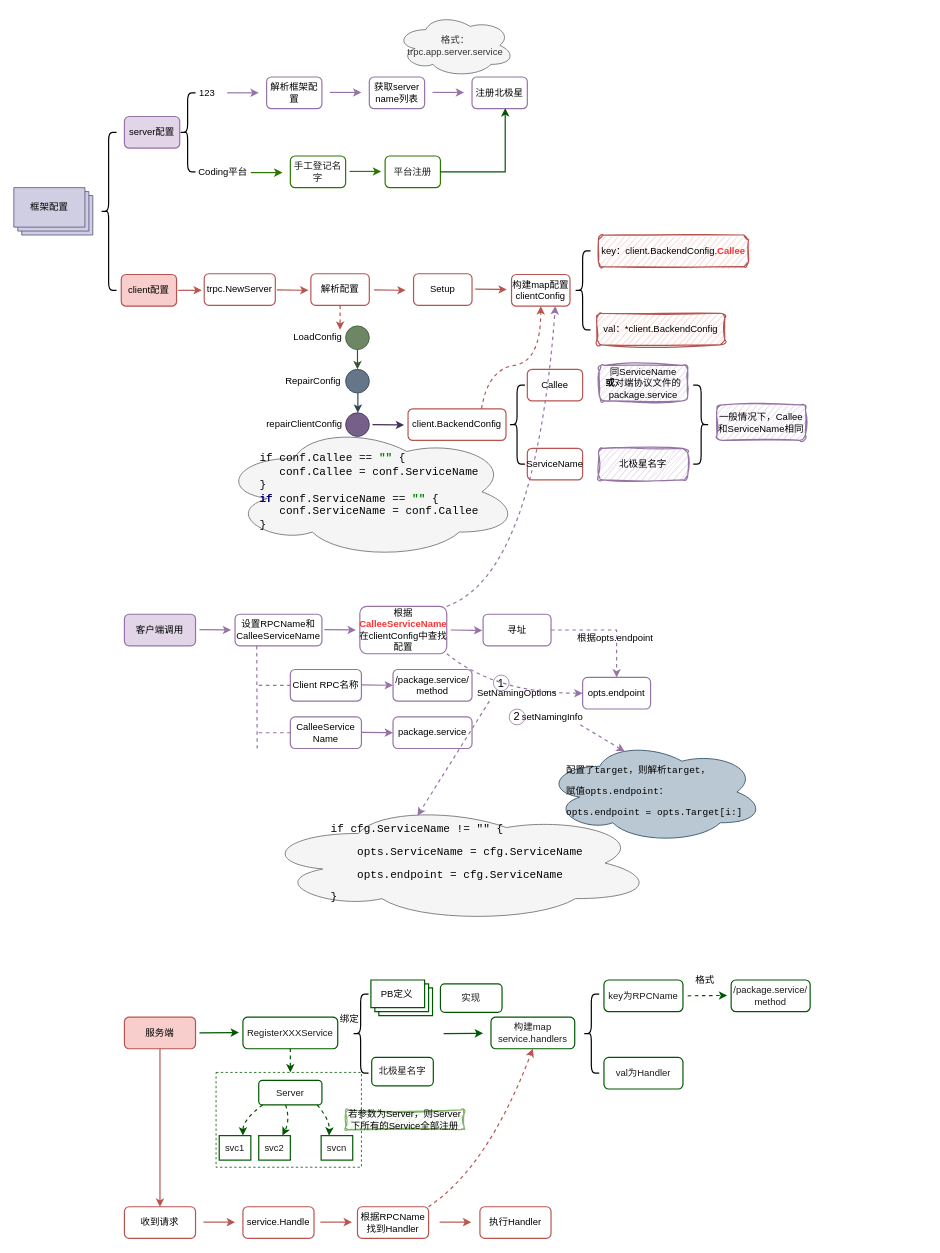
melonshell/draw.io keeps this draw.io diagram as base/trpc-go配置.drawio. Above is the earlier version. Source tidied: cells renumbered, new cells numbered last; positions are measured from the earlier drawing's top-left corner, leaving out a move shared by most shapes. Both pictures are drawn from the tidied source at 79%, with x=0, y=0 at pixel (13, 13).
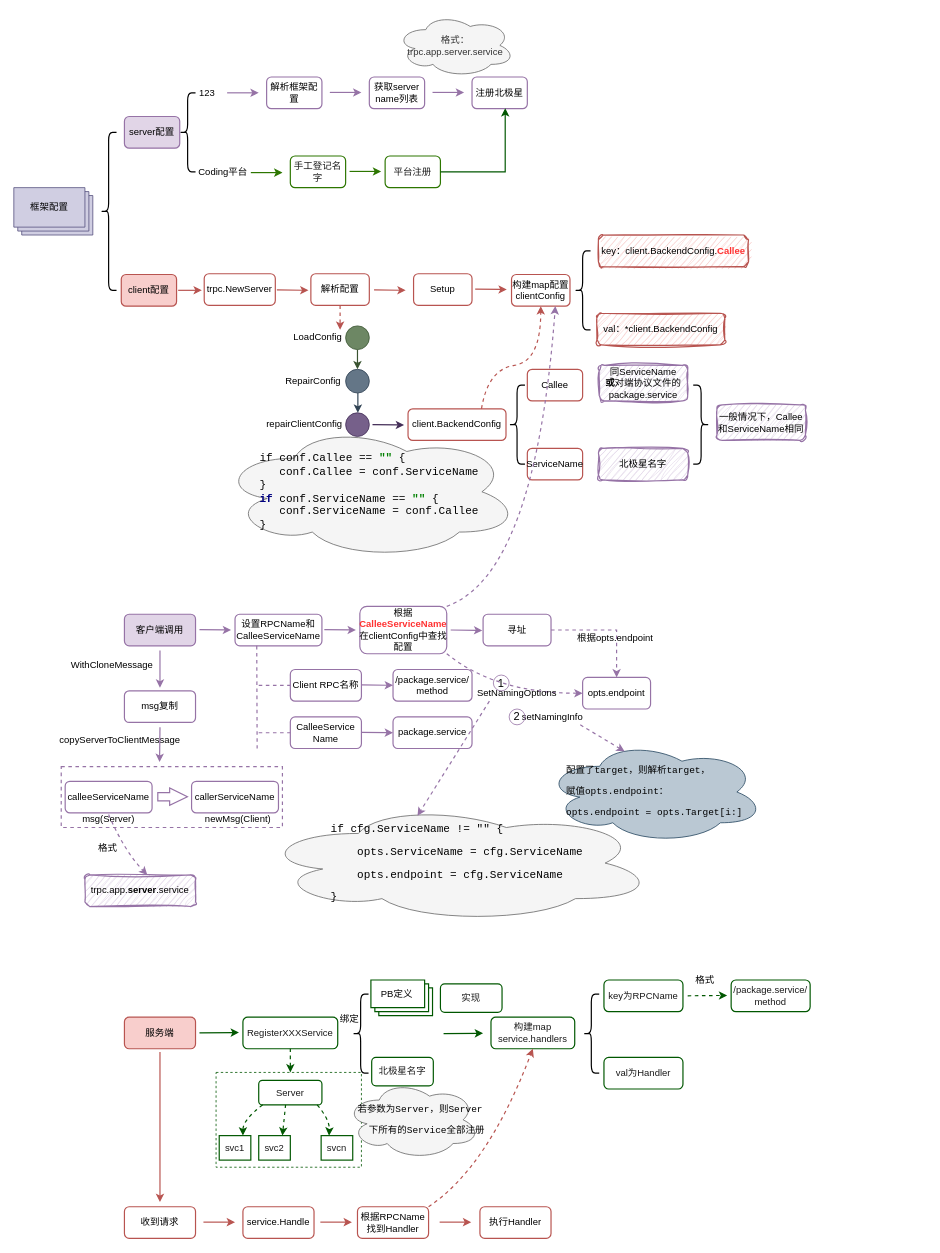
After the change.

Unchanged cells that the change refers to:
```xml
<mxCell id="84" value="服务端" style="rounded=1;whiteSpace=wrap;html=1;strokeWidth=1.5;fillColor=#f8cecc;strokeColor=#b85450;" parent="1" vertex="1">
  <mxGeometry x="140" y="1270" width="90" height="40" as="geometry" />
</mxCell>
<mxCell id="91" value="收到请求" style="rounded=1;whiteSpace=wrap;html=1;strokeWidth=1.5;fillColor=none;strokeColor=#b85450;" parent="1" vertex="1">
  <mxGeometry x="140" y="1510" width="90" height="40" as="geometry" />
</mxCell>
<mxCell id="112" value="&lt;font color=&quot;#1a1a1a&quot;&gt;svc2&lt;/font&gt;" style="rounded=0;whiteSpace=wrap;html=1;strokeWidth=1.5;fillColor=none;fontColor=#ffffff;strokeColor=#005700;" parent="1" vertex="1">
  <mxGeometry x="310" y="1420" width="40" height="31" as="geometry" />
</mxCell>
```

Diff of the diagram source:
```diff
@@
-    <mxCell id="92" style="endArrow=classic;html=1;rounded=0;strokeWidth=1.5;fillColor=#f8cecc;strokeColor=#b85450;exitX=0.5;exitY=1;exitDx=0;exitDy=0;entryX=0.5;entryY=0;entryDx=0;entryDy=0;" parent="1" edge="1" source="84" target="91">
-      <mxGeometry relative="1" as="geometry" />
+    <mxCell id="92" style="endArrow=classic;html=1;rounded=0;strokeWidth=1.5;fillColor=#f8cecc;strokeColor=#b85450;entryX=0.5;entryY=0;entryDx=0;entryDy=0;" parent="1" edge="1">
+      <mxGeometry relative="1" as="geometry">
+        <mxPoint x="185" y="1314" as="sourcePoint" />
+        <mxPoint x="185" y="1504" as="targetPoint" />
+      </mxGeometry>
     </mxCell>
@@
     <mxCell id="116" style="curved=1;endArrow=classic;html=1;rounded=0;strokeWidth=1.5;fontSize=12;fontColor=#1A1A1A;exitX=0.5;exitY=1;exitDx=0;exitDy=0;dashed=1;fillColor=#008a00;strokeColor=#005700;entryX=0.75;entryY=0;entryDx=0;entryDy=0;" parent="1" edge="1" target="112">
       <mxGeometry relative="1" as="geometry">
         <mxPoint x="344" y="1381" as="sourcePoint" />
-        <Array as="points">
-          <mxPoint x="350" y="1400" />
-        </Array>
       </mxGeometry>
     </mxCell>
@@
-    <mxCell id="118" value="若参数为Server，则Server下所有的Service全部注册" style="rounded=1;whiteSpace=wrap;html=1;strokeWidth=1.5;fillColor=#d5e8d4;strokeColor=#82b366;sketch=1;curveFitting=1;jiggle=2;" parent="1" vertex="1">
-      <mxGeometry x="420" y="1387.5" width="150" height="25" as="geometry" />
-    </mxCell>
+    <mxCell id="119" value="&lt;pre style=&quot;border-color: var(--border-color); color: rgb(0, 0, 0); text-align: left;&quot;&gt;   若参数为Server，则Server&lt;/pre&gt;&lt;pre style=&quot;border-color: var(--border-color); color: rgb(0, 0, 0); text-align: left;&quot;&gt;     下所有的Service全部注册&lt;/pre&gt;" style="ellipse;shape=cloud;whiteSpace=wrap;html=1;strokeWidth=1;fillColor=#f5f5f5;fontColor=#333333;strokeColor=#666666;" parent="1" vertex="1">
+      <mxGeometry x="420" y="1350" width="170" height="100" as="geometry" />
+    </mxCell>
+    <mxCell id="120" value="msg复制" style="rounded=1;whiteSpace=wrap;html=1;strokeWidth=1.5;fillColor=none;strokeColor=#9673a6;" parent="1" vertex="1">
+      <mxGeometry x="140" y="857" width="90" height="40" as="geometry" />
+    </mxCell>
+    <mxCell id="121" value="&lt;div style=&quot;background-color:#ffffff;color:#080808;font-family:'Consolas',monospace;font-size:12.8pt;&quot;&gt;&lt;pre&gt;&lt;br&gt;&lt;/pre&gt;&lt;/div&gt;" style="rounded=0;whiteSpace=wrap;html=1;strokeWidth=1.5;fillColor=none;strokeColor=none;" parent="1" vertex="1">
+      <mxGeometry x="1046" y="760" width="109" height="40" as="geometry" />
+    </mxCell>
+    <mxCell id="122" value="WithCloneMessage" style="rounded=0;whiteSpace=wrap;html=1;strokeWidth=1.5;fillColor=none;strokeColor=none;" parent="1" vertex="1">
+      <mxGeometry x="70" y="805" width="109" height="40" as="geometry" />
+    </mxCell>
+    <mxCell id="123" value="copyServerToClientMessage" style="rounded=0;whiteSpace=wrap;html=1;strokeWidth=1.5;fillColor=none;strokeColor=none;" parent="1" vertex="1">
+      <mxGeometry x="80" y="900" width="109" height="40" as="geometry" />
+    </mxCell>
+    <mxCell id="124" style="endArrow=classic;html=1;rounded=0;strokeWidth=1.5;fillColor=#e1d5e7;strokeColor=#9673a6;entryX=0.5;entryY=0;entryDx=0;entryDy=0;" parent="1" edge="1">
+      <mxGeometry relative="1" as="geometry">
+        <mxPoint x="185" y="806" as="sourcePoint" />
+        <mxPoint x="185" y="853" as="targetPoint" />
+      </mxGeometry>
+    </mxCell>
+    <mxCell id="125" style="endArrow=classic;html=1;rounded=0;strokeWidth=1.5;fillColor=#e1d5e7;strokeColor=#9673a6;entryX=0.5;entryY=0;entryDx=0;entryDy=0;" parent="1" edge="1">
+      <mxGeometry relative="1" as="geometry">
+        <mxPoint x="185" y="903" as="sourcePoint" />
+        <mxPoint x="184.5" y="947" as="targetPoint" />
+      </mxGeometry>
+    </mxCell>
+    <mxCell id="126" style="rounded=0;whiteSpace=wrap;html=1;strokeWidth=1.5;fillColor=none;strokeColor=#9673a6;dashed=1;" parent="1" vertex="1">
+      <mxGeometry x="60" y="953" width="280" height="77" as="geometry" />
+    </mxCell>
+    <mxCell id="127" value="calleeServiceName" style="rounded=1;whiteSpace=wrap;html=1;strokeWidth=1.5;fillColor=none;strokeColor=#9673a6;" parent="1" vertex="1">
+      <mxGeometry x="65" y="971.5" width="110" height="40" as="geometry" />
+    </mxCell>
+    <mxCell id="128" value="callerServiceName" style="rounded=1;whiteSpace=wrap;html=1;strokeWidth=1.5;fillColor=none;strokeColor=#9673a6;" parent="1" vertex="1">
+      <mxGeometry x="225" y="971.5" width="110" height="40" as="geometry" />
+    </mxCell>
+    <mxCell id="129" style="shape=flexArrow;endArrow=classic;html=1;rounded=0;endWidth=10;endSize=7;strokeWidth=1.5;fillColor=none;strokeColor=#9673a6;" parent="1" edge="1">
+      <mxGeometry relative="1" as="geometry">
+        <mxPoint x="181.5" y="991" as="sourcePoint" />
+        <mxPoint x="220.5" y="991" as="targetPoint" />
+      </mxGeometry>
+    </mxCell>
+    <mxCell id="130" value="msg(Server)" style="rounded=0;whiteSpace=wrap;html=1;strokeWidth=1.5;fillColor=none;strokeColor=none;" parent="1" vertex="1">
+      <mxGeometry x="75" y="1013.5" width="90" height="10" as="geometry" />
+    </mxCell>
+    <mxCell id="131" value="newMsg(Client)" style="rounded=0;whiteSpace=wrap;html=1;strokeWidth=1.5;fillColor=none;strokeColor=none;" parent="1" vertex="1">
+      <mxGeometry x="239" y="1013.5" width="90" height="10" as="geometry" />
+    </mxCell>
+    <mxCell id="132" value="trpc.app.&lt;b&gt;server&lt;/b&gt;.service" style="rounded=1;whiteSpace=wrap;html=1;strokeWidth=1.5;fillColor=#e1d5e7;strokeColor=#9673a6;sketch=1;curveFitting=1;jiggle=2;shadow=0;glass=0;" parent="1" vertex="1">
+      <mxGeometry x="90" y="1090" width="140" height="40" as="geometry" />
+    </mxCell>
+    <mxCell id="133" style="curved=1;endArrow=classic;html=1;rounded=0;strokeWidth=1.5;fontSize=12;fontColor=#1A1A1A;exitX=0.5;exitY=0;exitDx=0;exitDy=0;dashed=1;fillColor=#e1d5e7;strokeColor=#9673a6;entryX=0.564;entryY=0;entryDx=0;entryDy=0;entryPerimeter=0;" parent="1" edge="1" source="130" target="132">
+      <mxGeometry relative="1" as="geometry">
+        <Array as="points">
+          <mxPoint x="140" y="1060" />
+        </Array>
+      </mxGeometry>
+    </mxCell>
+    <mxCell id="134" value="格式" style="rounded=0;whiteSpace=wrap;html=1;strokeWidth=1.5;fillColor=none;strokeColor=none;" parent="1" vertex="1">
+      <mxGeometry x="89" y="1051" width="60" height="10" as="geometry" />
+    </mxCell>
```
